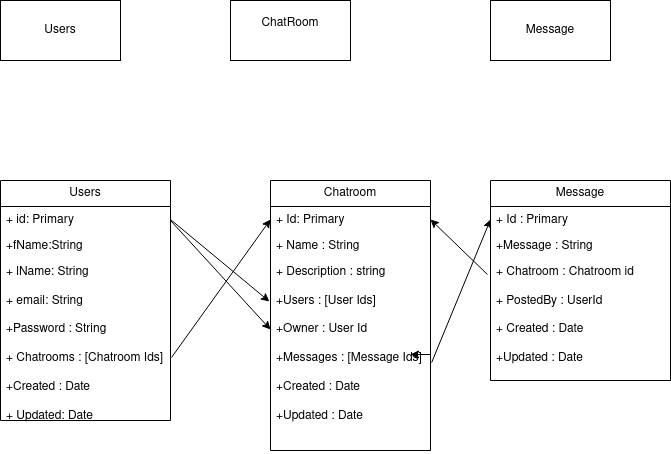
Above: Chatroom_Schema.drawio.png in Hrishabh963/Chat_App_Schema_Design (draw.io), before the change. Source tidied: cells renumbered, new cells last; positions are measured from the earlier drawing's top-left corner, leaving out a move shared by most shapes.
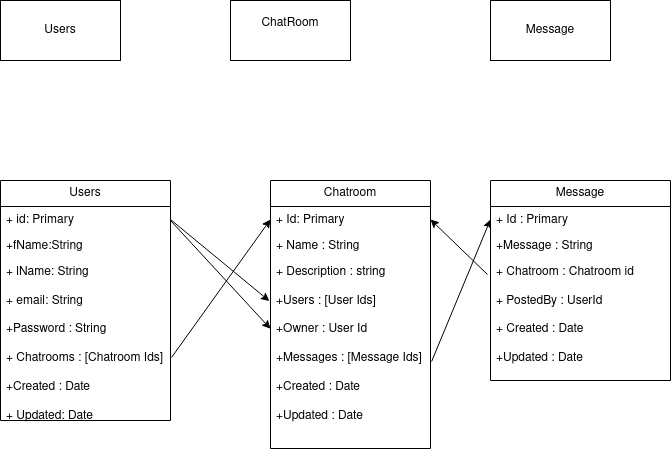
After the commit.

The edit, as a diff of the source:
```diff
@@ -24,7 +24,7 @@
       <mxGeometry y="78" width="170" height="162" as="geometry" />
     </mxCell>
     <mxCell id="9" value="Chatroom" style="swimlane;fontStyle=0;horizontal=1;startSize=26;fillColor=none;whiteSpace=wrap;html=1;" parent="1" vertex="1">
-      <mxGeometry x="270" y="180" width="160" height="270" as="geometry" />
+      <mxGeometry x="270" y="180" width="160" height="268" as="geometry" />
     </mxCell>
     <mxCell id="10" value="+ Id: Primary" style="text;strokeColor=none;fillColor=none;align=left;verticalAlign=top;spacingLeft=4;spacingRight=4;overflow=hidden;points=[[0,0.5],[1,0.5]];portConstraint=eastwest;whiteSpace=wrap;html=1;" parent="9" vertex="1">
       <mxGeometry y="26" width="160" height="26" as="geometry" />
@@ -32,13 +32,8 @@
     <mxCell id="11" value="+ Name : String" style="text;strokeColor=none;fillColor=none;align=left;verticalAlign=top;spacingLeft=4;spacingRight=4;overflow=hidden;whiteSpace=wrap;html=1;" parent="9" vertex="1">
       <mxGeometry y="52" width="160" height="26" as="geometry" />
     </mxCell>
-    <mxCell id="12" style="edgeStyle=orthogonalEdgeStyle;rounded=0;jettySize=auto;html=1;exitX=1;exitY=0.5;exitDx=0;exitDy=0;" parent="9" edge="1" source="13">
-      <mxGeometry relative="1" as="geometry">
-        <mxPoint x="140" y="174" as="targetPoint" />
-      </mxGeometry>
-    </mxCell>
     <mxCell id="13" value="&lt;div&gt;+ Description : string&lt;/div&gt;&lt;div&gt;&lt;br&gt;&lt;/div&gt;&lt;div&gt;+Users : [User Ids]&lt;/div&gt;&lt;div&gt;&lt;br&gt;&lt;/div&gt;&lt;div&gt;+Owner : User Id&lt;/div&gt;&lt;div&gt;&lt;br&gt;&lt;/div&gt;&lt;div&gt;+Messages : [Message Ids]&lt;/div&gt;&lt;div&gt;&lt;br&gt;&lt;/div&gt;&lt;div&gt;+Created : Date&lt;/div&gt;&lt;div&gt;&lt;br&gt;&lt;/div&gt;&lt;div&gt;+Updated : Date&lt;/div&gt;" style="text;strokeColor=none;fillColor=none;align=left;verticalAlign=top;spacingLeft=4;spacingRight=4;overflow=hidden;points=[[0,0.5],[1,0.5]];portConstraint=eastwest;whiteSpace=wrap;html=1;" parent="9" vertex="1">
-      <mxGeometry y="78" width="160" height="192" as="geometry" />
+      <mxGeometry y="78" width="160" height="190" as="geometry" />
     </mxCell>
     <mxCell id="14" value="Message" style="swimlane;fontStyle=0;horizontal=1;startSize=26;fillColor=none;whiteSpace=wrap;html=1;" parent="1" vertex="1">
       <mxGeometry x="490" y="180" width="180" height="200" as="geometry" />
```
